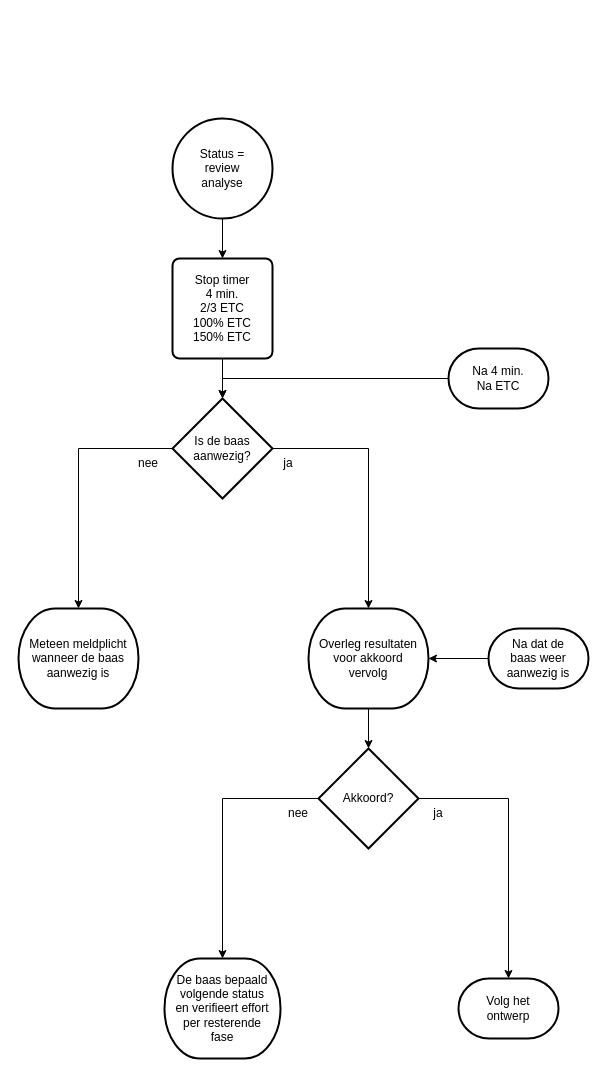
Earlier version of the draw.io diagram 4 Issue Tracker review analyse.drawio (Zaibatsu89/IssueTracker). Source tidied: cells renumbered, new cells numbered last; positions are measured from the earlier drawing's top-left corner, leaving out a move shared by most shapes. Both pictures are drawn from the tidied source at 100%, with x=0, y=0 at pixel (18, 118).
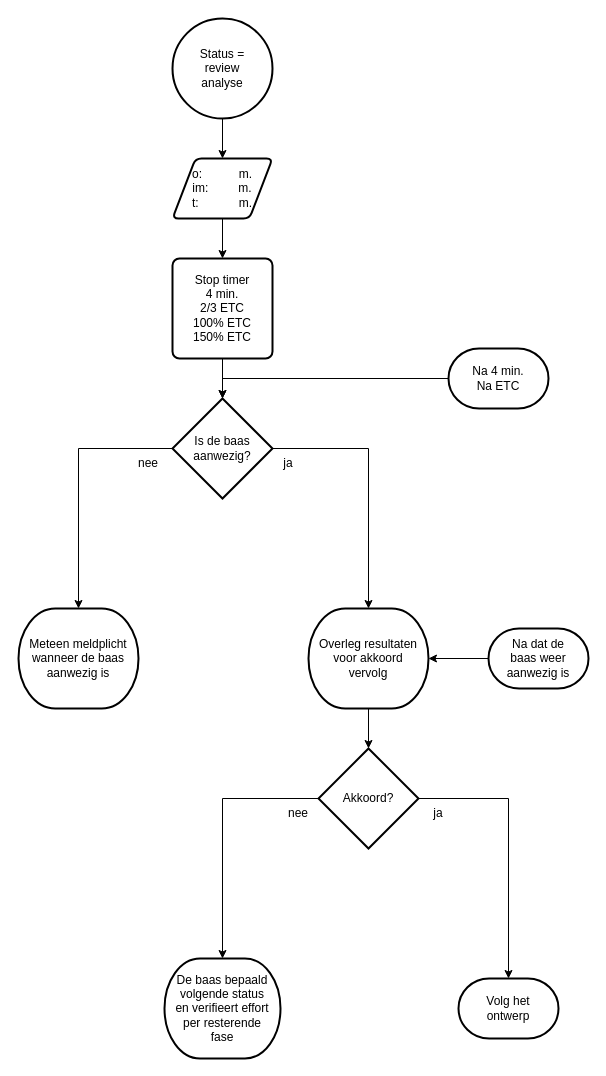
The same page after the edit.

The change refers to these unchanged cells:
```xml
<mxCell id="5" value="Stop timer&lt;br&gt;4 min.&lt;div&gt;2/3 ETC&lt;br&gt;100% ETC&lt;br&gt;150% ETC&lt;/div&gt;" style="rounded=1;whiteSpace=wrap;html=1;absoluteArcSize=1;arcSize=14;strokeWidth=2;" parent="1" vertex="1">
  <mxGeometry x="154" y="140" width="100" height="100" as="geometry" />
</mxCell>
```

Diff of the diagram source:
```diff
@@
-    <mxCell id="2" style="edgeStyle=orthogonalEdgeStyle;rounded=0;jettySize=auto;html=1;" parent="1" edge="1" source="3" target="5">
-      <mxGeometry relative="1" as="geometry" />
-    </mxCell>
+    <mxCell id="25" style="edgeStyle=orthogonalEdgeStyle;rounded=0;jettySize=auto;html=1;" parent="1" edge="1" source="3" target="27">
+      <mxGeometry relative="1" as="geometry" />
+    </mxCell>
     <mxCell id="3" value="Status =&lt;br&gt;review&lt;br&gt;analyse" style="strokeWidth=2;html=1;shape=mxgraph.flowchart.start_2;whiteSpace=wrap;" parent="1" vertex="1">
-      <mxGeometry x="154" width="100" height="100" as="geometry" />
+      <mxGeometry x="154" y="-100" width="100" height="100" as="geometry" />
     </mxCell>
@@
+    <mxCell id="26" style="edgeStyle=orthogonalEdgeStyle;rounded=0;jettySize=auto;html=1;" parent="1" edge="1" source="27" target="5">
+      <mxGeometry relative="1" as="geometry" />
+    </mxCell>
+    <mxCell id="27" value="o:&amp;nbsp; &amp;nbsp; &amp;nbsp; &amp;nbsp; &amp;nbsp; &amp;nbsp;m.&lt;br&gt;im:&amp;nbsp; &amp;nbsp; &amp;nbsp; &amp;nbsp; &amp;nbsp;m.&lt;br&gt;t:&amp;nbsp; &amp;nbsp; &amp;nbsp; &amp;nbsp; &amp;nbsp; &amp;nbsp; m." style="shape=parallelogram;html=1;strokeWidth=2;perimeter=parallelogramPerimeter;whiteSpace=wrap;rounded=1;arcSize=12;size=0.23;" parent="1" vertex="1">
+      <mxGeometry x="154" y="40" width="100" height="60" as="geometry" />
+    </mxCell>
```
